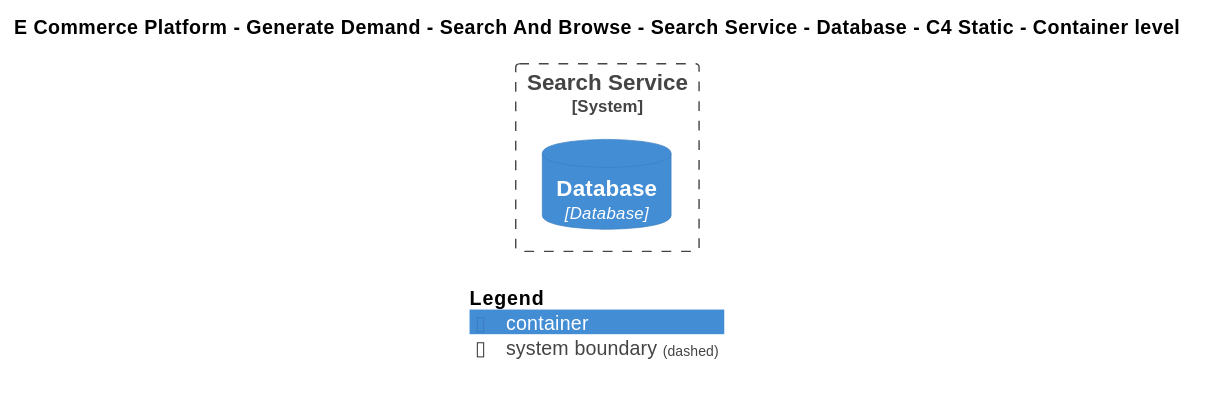
Before: Samples/E-Commerce Platform/Yaml/Diagrams/E Commerce Platform/Generate Demand/Search And Browse/Software Systems/Search Service/Containers/Database/Container - C4 Static.svg, a diagram exported from PlantUML (mnadenysenko/C4InterFlow).
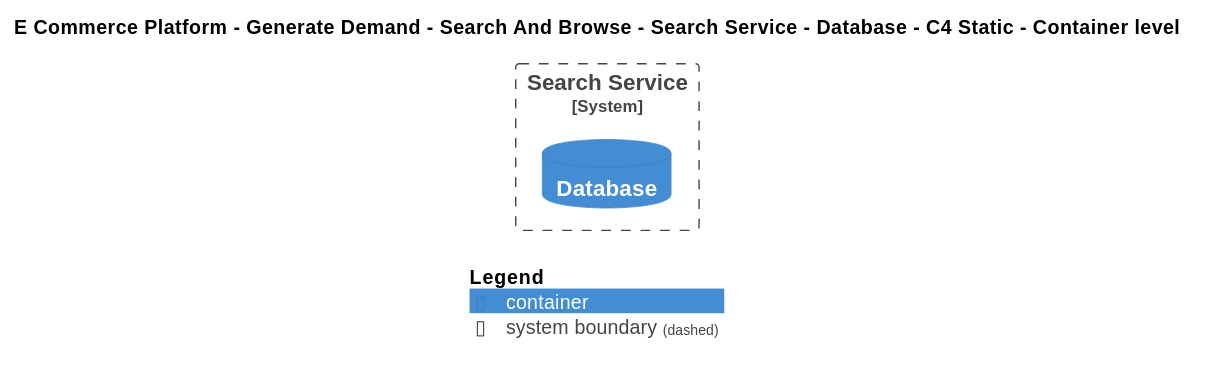
Later version of the same file.

Diff of the diagram source:
```diff
@@ -18,7 +18,7 @@
 
 
 System_Boundary(ECommercePlatform.GenerateDemand.SearchAndBrowse.SoftwareSystems.SearchService, "Search Service") {
-    ContainerDb(ECommercePlatform.GenerateDemand.SearchAndBrowse.SoftwareSystems.SearchService.Containers.Database, "Database", "Database", "")
+    ContainerDb(ECommercePlatform.GenerateDemand.SearchAndBrowse.SoftwareSystems.SearchService.Containers.Database, "Database", "", "")
 }
 
 
```
